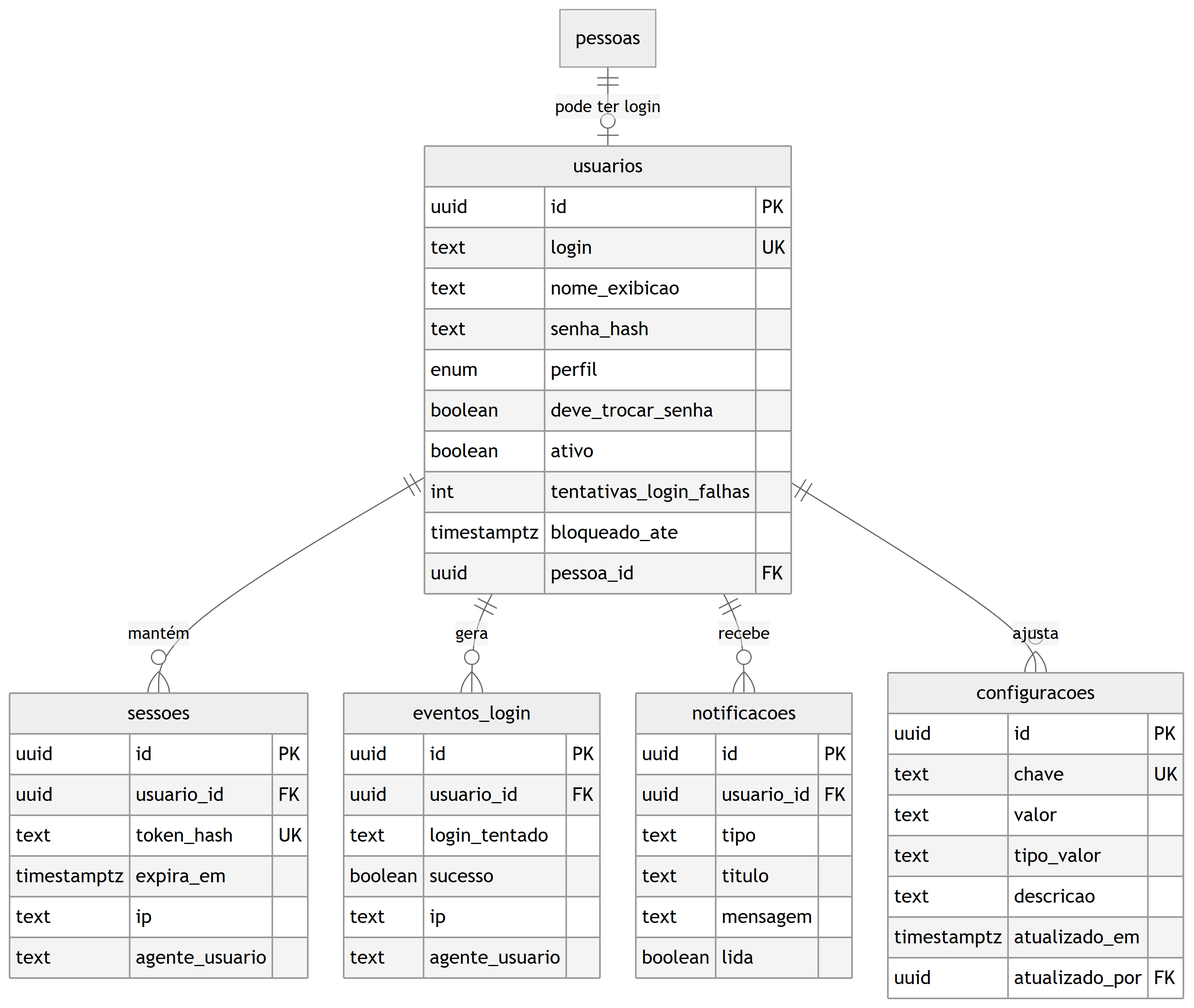
Earlier version of the Mermaid export docs/engenharia/modelo-dados-pt/img/fig08-acesso.png (JoaoMudar/tcc). Its source is kept beside it as docs/engenharia/modelo-dados-pt/mmd/fig08-acesso.mmd. The source it was exported from:
```mermaid
erDiagram
  usuarios {
    uuid    id PK
    text    login UK
    text    nome_exibicao
    text    senha_hash
    enum    perfil
    boolean deve_trocar_senha
    boolean ativo
    int     tentativas_login_falhas
    timestamptz bloqueado_ate
    uuid    pessoa_id FK
  }
  sessoes {
    uuid id PK
    uuid usuario_id FK
    text token_hash UK
    timestamptz expira_em
    text ip
    text agente_usuario
  }
  eventos_login {
    uuid id PK
    uuid usuario_id FK
    text login_tentado
    boolean sucesso
    text ip
    text agente_usuario
  }
  notificacoes {
    uuid id PK
    uuid usuario_id FK
    text tipo
    text titulo
    text mensagem
    boolean lida
  }
  configuracoes {
    uuid id PK
    text chave UK
    text valor
    text tipo_valor
    text descricao
    timestamptz atualizado_em
    uuid atualizado_por FK
  }
  pessoas {
  }

  usuarios ||--o{ sessoes       : "mantém"
  usuarios ||--o{ eventos_login : "gera"
  usuarios ||--o{ notificacoes  : "recebe"
  pessoas  ||--o| usuarios      : "pode ter login"
  usuarios ||--o{ configuracoes : "ajusta"
```
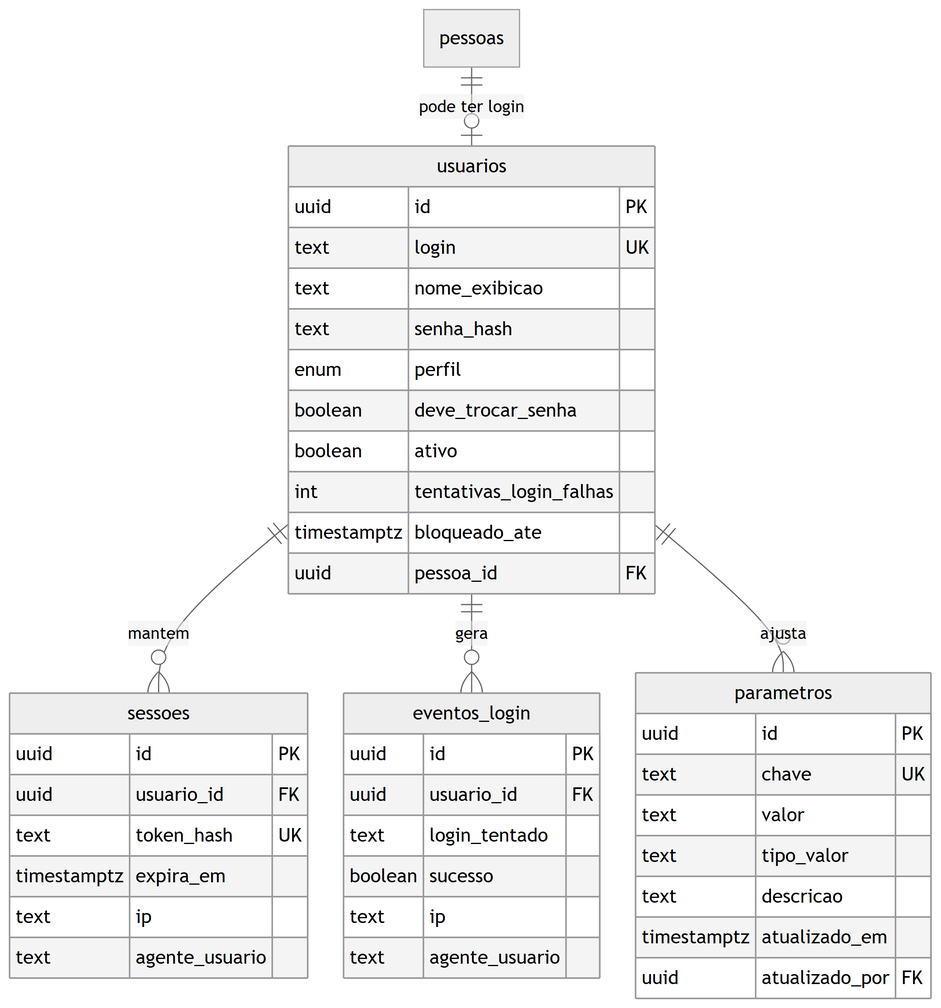
After the commit.

What changed in the source:
```diff
@@ -27,15 +27,7 @@
     text ip
     text agente_usuario
   }
-  notificacoes {
-    uuid id PK
-    uuid usuario_id FK
-    text tipo
-    text titulo
-    text mensagem
-    boolean lida
-  }
-  configuracoes {
+  parametros {
     uuid id PK
     text chave UK
     text valor
@@ -44,11 +36,9 @@
     timestamptz atualizado_em
     uuid atualizado_por FK
   }
-  pessoas {
-  }
+  pessoas {}
 
-  usuarios ||--o{ sessoes       : "mantém"
+  usuarios ||--o{ sessoes       : "mantem"
   usuarios ||--o{ eventos_login : "gera"
-  usuarios ||--o{ notificacoes  : "recebe"
+  usuarios ||--o{ parametros    : "ajusta"
   pessoas  ||--o| usuarios      : "pode ter login"
-  usuarios ||--o{ configuracoes : "ajusta"
```
